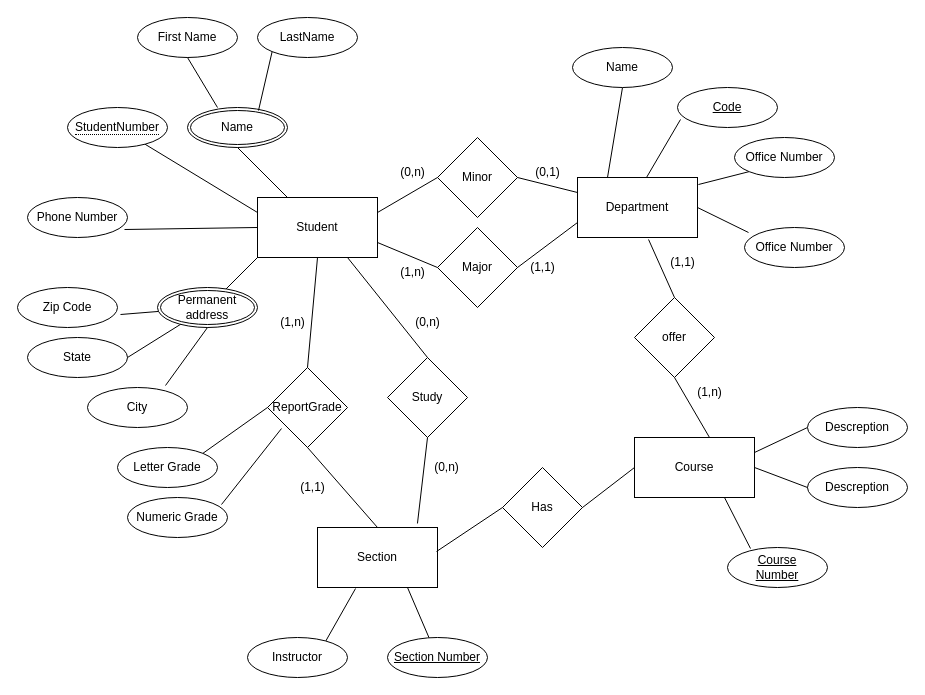
The draw.io diagram ER_UNIVERSITY.drawio in Drizzle210/hello-world, before the edit. Source tidied: cells renumbered, new cells numbered last; positions are measured from the earlier drawing's top-left corner, leaving out a move shared by most shapes. Both pictures are drawn from the tidied source at 100%, with x=0, y=0 at pixel (17, 17).
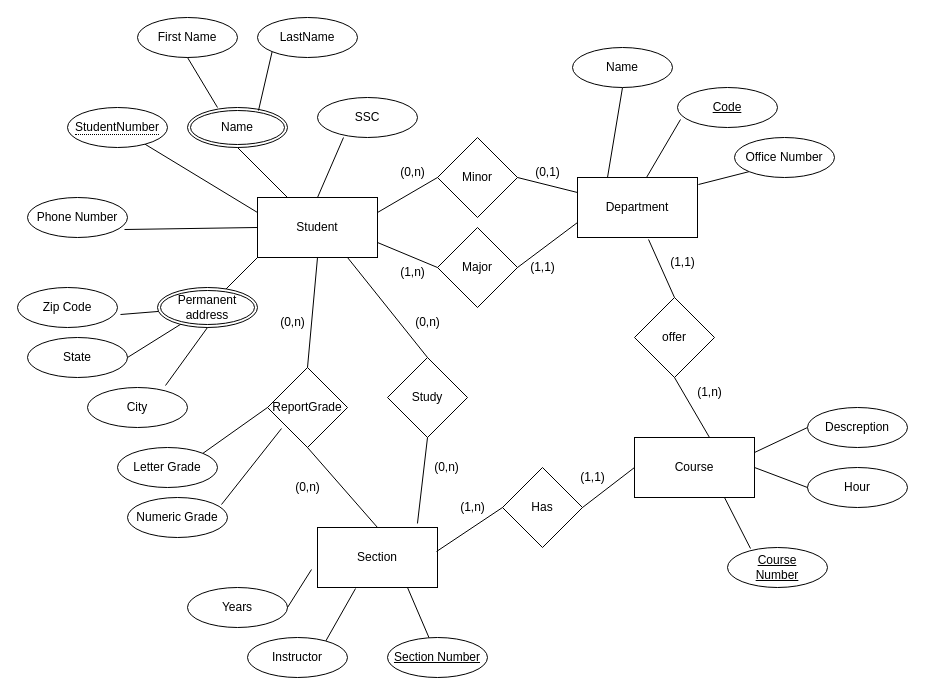
Above is the later version.

Commit message (it also covers changes not shown here):
Cập nhật ER_UNIVERSITY.drawio

Unchanged cells that the change refers to:
```xml
<mxCell id="2" value="Student" style="rounded=0;whiteSpace=wrap;html=1;" parent="1" vertex="1">
  <mxGeometry x="240" y="180" width="120" height="60" as="geometry" />
</mxCell>
<mxCell id="3" value="Department" style="rounded=0;whiteSpace=wrap;html=1;" parent="1" vertex="1">
  <mxGeometry x="560" y="160" width="120" height="60" as="geometry" />
</mxCell>
<mxCell id="5" value="Section" style="rounded=0;whiteSpace=wrap;html=1;" parent="1" vertex="1">
  <mxGeometry x="300" y="510" width="120" height="60" as="geometry" />
</mxCell>
```

What changed in the source:
```diff
@@
-    <mxCell id="43" value="Office Number" style="ellipse;whiteSpace=wrap;html=1;align=center;" parent="1" vertex="1">
-      <mxGeometry x="727" y="210" width="100" height="40" as="geometry" />
-    </mxCell>
-    <mxCell id="44" style="endArrow=none;html=1;rounded=0;exitX=0.04;exitY=0.125;exitDx=0;exitDy=0;entryX=1;entryY=0.5;entryDx=0;entryDy=0;exitPerimeter=0;" parent="1" edge="1" source="43" target="3">
-      <mxGeometry relative="1" as="geometry" />
-    </mxCell>
@@
-    <mxCell id="49" value="Descreption" style="ellipse;whiteSpace=wrap;html=1;align=center;" parent="1" vertex="1">
+    <mxCell id="49" value="Hour" style="ellipse;whiteSpace=wrap;html=1;align=center;" parent="1" vertex="1">
       <mxGeometry x="790" y="450" width="100" height="40" as="geometry" />
     </mxCell>
@@
-    <mxCell id="72" value="(1,n)" style="text;html=1;align=center;verticalAlign=middle;strokeColor=none;fillColor=none;" parent="1" vertex="1">
+    <mxCell id="72" value="(0,n)" style="text;html=1;align=center;verticalAlign=middle;strokeColor=none;fillColor=none;" parent="1" vertex="1">
       <mxGeometry x="250" y="290" width="50" height="30" as="geometry" />
     </mxCell>
-    <mxCell id="73" value="(1,1)" style="text;html=1;align=center;verticalAlign=middle;strokeColor=none;fillColor=none;" parent="1" vertex="1">
-      <mxGeometry x="270" y="455" width="50" height="30" as="geometry" />
+    <mxCell id="73" value="(0,n)" style="text;html=1;align=center;verticalAlign=middle;strokeColor=none;fillColor=none;" parent="1" vertex="1">
+      <mxGeometry x="265" y="455" width="50" height="30" as="geometry" />
     </mxCell>
+    <mxCell id="74" value="SSC" style="ellipse;whiteSpace=wrap;html=1;align=center;" parent="1" vertex="1">
+      <mxGeometry x="300" y="80" width="100" height="40" as="geometry" />
+    </mxCell>
+    <mxCell id="75" style="endArrow=none;html=1;rounded=0;exitX=0.26;exitY=1;exitDx=0;exitDy=0;entryX=0.5;entryY=0;entryDx=0;entryDy=0;exitPerimeter=0;" parent="1" edge="1" source="74" target="2">
+      <mxGeometry relative="1" as="geometry" />
+    </mxCell>
+    <mxCell id="76" value="Years" style="ellipse;whiteSpace=wrap;html=1;align=center;" parent="1" vertex="1">
+      <mxGeometry x="170" y="570" width="100" height="40" as="geometry" />
+    </mxCell>
+    <mxCell id="77" style="endArrow=none;html=1;rounded=0;entryX=-0.05;entryY=0.7;entryDx=0;entryDy=0;exitX=1;exitY=0.5;exitDx=0;exitDy=0;entryPerimeter=0;" parent="1" edge="1" source="76" target="5">
+      <mxGeometry relative="1" as="geometry" />
+    </mxCell>
+    <mxCell id="78" value="(1,n)" style="text;html=1;align=center;verticalAlign=middle;strokeColor=none;fillColor=none;" parent="1" vertex="1">
+      <mxGeometry x="430" y="475" width="50" height="30" as="geometry" />
+    </mxCell>
+    <mxCell id="79" value="(1,1)" style="text;html=1;align=center;verticalAlign=middle;strokeColor=none;fillColor=none;" parent="1" vertex="1">
+      <mxGeometry x="550" y="445" width="50" height="30" as="geometry" />
+    </mxCell>
```
